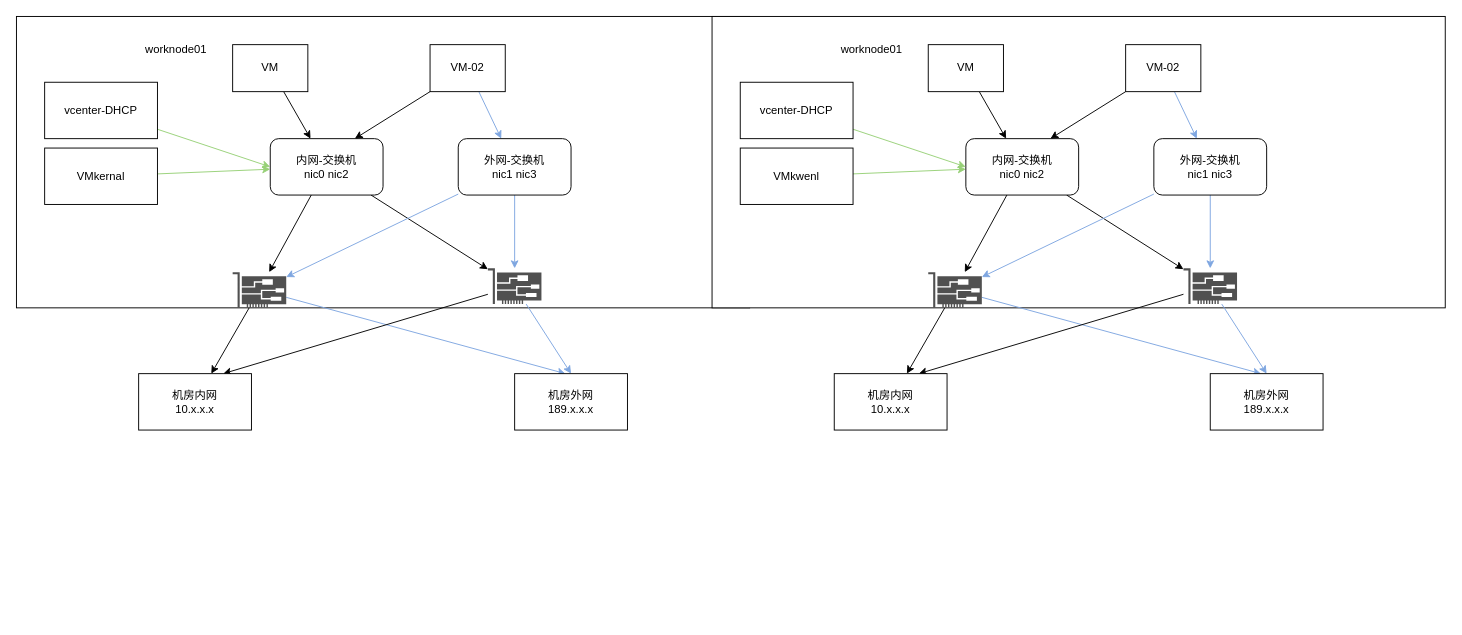
Before: vmware.drawio in threen134/draw, a draw.io diagram. Source tidied: cells renumbered, new cells numbered last; positions are measured from the earlier drawing's top-left corner, leaving out a move shared by most shapes. Both pictures are drawn from the tidied source at 94%, with x=0, y=0 at pixel (16, 16).
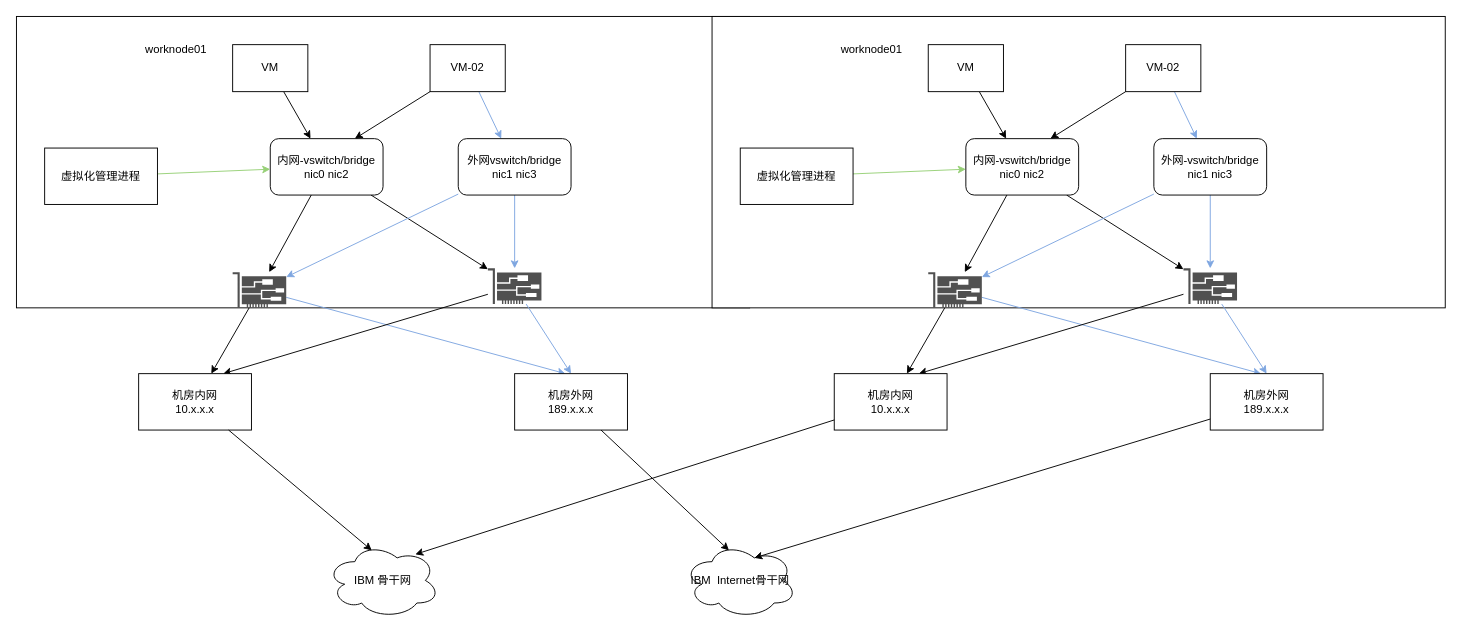
The same page after the edit.

The change refers to these unchanged cells:
```xml
<mxCell id="15" value="机房内网&lt;br&gt;10.x.x.x" style="rounded=0;whiteSpace=wrap;html=1;" parent="1" vertex="1">
  <mxGeometry x="130" y="380" width="120" height="60" as="geometry" />
</mxCell>
<mxCell id="16" value="机房外网&lt;br&gt;189.x.x.x" style="rounded=0;whiteSpace=wrap;html=1;" parent="1" vertex="1">
  <mxGeometry x="530" y="380" width="120" height="60" as="geometry" />
</mxCell>
<mxCell id="40" value="机房内网&lt;br&gt;10.x.x.x" style="rounded=0;whiteSpace=wrap;html=1;" parent="1" vertex="1">
  <mxGeometry x="870" y="380" width="120" height="60" as="geometry" />
</mxCell>
<mxCell id="41" value="机房外网&lt;br&gt;189.x.x.x" style="rounded=0;whiteSpace=wrap;html=1;" parent="1" vertex="1">
  <mxGeometry x="1270" y="380" width="120" height="60" as="geometry" />
</mxCell>
```

The edit, as a diff of the source:
```diff
@@
-    <mxCell id="5" value="内网-交换机&lt;br&gt;nic0 nic2" style="rounded=1;whiteSpace=wrap;html=1;" parent="1" vertex="1">
+    <mxCell id="5" value="内网-vswitch/bridge&lt;div&gt;nic0 nic2&lt;/div&gt;" style="rounded=1;whiteSpace=wrap;html=1;" parent="1" vertex="1">
       <mxGeometry x="270" y="130" width="120" height="60" as="geometry" />
     </mxCell>
@@
-    <mxCell id="22" value="外网-交换机&lt;br&gt;nic1 nic3" style="rounded=1;whiteSpace=wrap;html=1;" parent="1" vertex="1">
+    <mxCell id="22" value="外网vswitch/bridge&lt;br&gt;nic1 nic3" style="rounded=1;whiteSpace=wrap;html=1;" parent="1" vertex="1">
       <mxGeometry x="470" y="130" width="120" height="60" as="geometry" />
     </mxCell>
-    <mxCell id="23" style="edgeStyle=none;rounded=0;jettySize=auto;html=1;entryX=0;entryY=0.5;entryDx=0;entryDy=0;strokeColor=#97D077;" parent="1" edge="1" source="24" target="5">
-      <mxGeometry relative="1" as="geometry" />
-    </mxCell>
-    <mxCell id="24" value="vcenter-DHCP" style="rounded=0;whiteSpace=wrap;html=1;" parent="1" vertex="1">
-      <mxGeometry x="30" y="70" width="120" height="60" as="geometry" />
-    </mxCell>
@@
-    <mxCell id="26" value="VMkernal" style="rounded=0;whiteSpace=wrap;html=1;" parent="1" vertex="1">
+    <mxCell id="26" value="虚拟化管理进程" style="rounded=0;whiteSpace=wrap;html=1;" parent="1" vertex="1">
       <mxGeometry x="30" y="140" width="120" height="60" as="geometry" />
     </mxCell>
@@
-    <mxCell id="30" value="内网-交换机&lt;br&gt;nic0 nic2" style="rounded=1;whiteSpace=wrap;html=1;" parent="1" vertex="1">
+    <mxCell id="30" value="内网-vswitch/bridge&lt;br&gt;nic0 nic2" style="rounded=1;whiteSpace=wrap;html=1;" parent="1" vertex="1">
       <mxGeometry x="1010" y="130" width="120" height="60" as="geometry" />
     </mxCell>
@@
-    <mxCell id="47" value="外网-交换机&lt;br&gt;nic1 nic3" style="rounded=1;whiteSpace=wrap;html=1;" parent="1" vertex="1">
+    <mxCell id="47" value="外网-vswitch/bridge&lt;br&gt;nic1 nic3" style="rounded=1;whiteSpace=wrap;html=1;" parent="1" vertex="1">
       <mxGeometry x="1210" y="130" width="120" height="60" as="geometry" />
     </mxCell>
-    <mxCell id="48" style="edgeStyle=none;rounded=0;jettySize=auto;html=1;entryX=0;entryY=0.5;entryDx=0;entryDy=0;strokeColor=#97D077;" parent="1" edge="1" source="49" target="30">
-      <mxGeometry relative="1" as="geometry" />
-    </mxCell>
-    <mxCell id="49" value="vcenter-DHCP" style="rounded=0;whiteSpace=wrap;html=1;" parent="1" vertex="1">
-      <mxGeometry x="770" y="70" width="120" height="60" as="geometry" />
-    </mxCell>
@@
-    <mxCell id="51" value="VMkwenl" style="rounded=0;whiteSpace=wrap;html=1;" parent="1" vertex="1">
+    <mxCell id="51" value="虚拟化管理进程" style="rounded=0;whiteSpace=wrap;html=1;" parent="1" vertex="1">
       <mxGeometry x="770" y="140" width="120" height="60" as="geometry" />
     </mxCell>
+    <mxCell id="52" value="IBM 骨干网" style="ellipse;shape=cloud;whiteSpace=wrap;html=1;" parent="1" vertex="1">
+      <mxGeometry x="330" y="560" width="120" height="80" as="geometry" />
+    </mxCell>
+    <mxCell id="53" style="rounded=0;jettySize=auto;html=1;entryX=0.4;entryY=0.1;entryDx=0;entryDy=0;entryPerimeter=0;" parent="1" edge="1" source="15" target="52">
+      <mxGeometry relative="1" as="geometry" />
+    </mxCell>
+    <mxCell id="54" style="rounded=0;jettySize=auto;html=1;entryX=0.786;entryY=0.153;entryDx=0;entryDy=0;entryPerimeter=0;" parent="1" edge="1" source="40" target="52">
+      <mxGeometry relative="1" as="geometry" />
+    </mxCell>
+    <mxCell id="55" value="IBM&amp;nbsp; Internet骨干网" style="ellipse;shape=cloud;whiteSpace=wrap;html=1;" parent="1" vertex="1">
+      <mxGeometry x="710" y="560" width="120" height="80" as="geometry" />
+    </mxCell>
+    <mxCell id="56" style="rounded=0;jettySize=auto;html=1;entryX=0.4;entryY=0.1;entryDx=0;entryDy=0;entryPerimeter=0;" parent="1" edge="1" source="16" target="55">
+      <mxGeometry relative="1" as="geometry" />
+    </mxCell>
+    <mxCell id="57" style="rounded=0;jettySize=auto;html=1;entryX=0.625;entryY=0.2;entryDx=0;entryDy=0;entryPerimeter=0;" parent="1" edge="1" source="41" target="55">
+      <mxGeometry relative="1" as="geometry" />
+    </mxCell>
```
